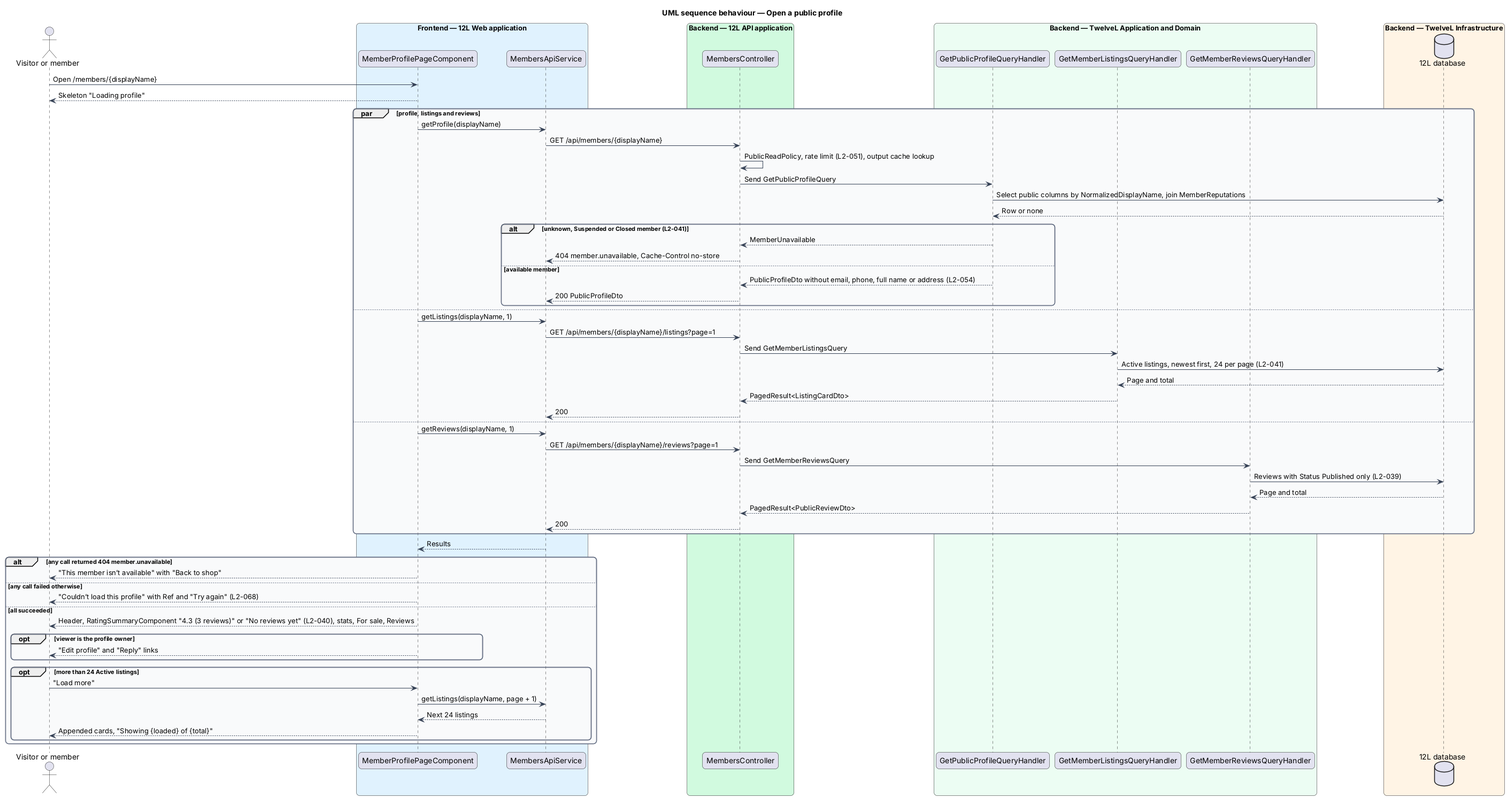
Earlier version of the PlantUML export docs/detailed-designs/reviews/view-member-profile/diagrams/sequence-view-profile.png (QuinntyneBrown/12l). The source it was exported from:
```plantuml
@startuml
title UML sequence behaviour — Open a public profile
skinparam backgroundColor #FFFFFF
skinparam shadowing false
skinparam roundcorner 12
skinparam defaultFontName Arial
skinparam ArrowColor #344054
skinparam rectangle {
  BorderColor #344054
  FontColor #101828
}
skinparam package {
  BorderColor #667085
  FontColor #101828
  BackgroundColor #F9FAFB
}
actor "Visitor or member" as actor
box "Frontend — 12L Web application" #E0F2FE
  participant "MemberProfilePageComponent" as page
  participant "MembersApiService" as client
end box
box "Backend — 12L API application" #D1FADF
  participant "MembersController" as controller
end box
box "Backend — TwelveL Application and Domain" #ECFDF3
  participant "GetPublicProfileQueryHandler" as qprofile
  participant "GetMemberListingsQueryHandler" as qlist
  participant "GetMemberReviewsQueryHandler" as qrev
end box
box "Backend — TwelveL Infrastructure" #FFF4E5
  database "12L database" as db
end box
actor -> page : Open /members/{displayName}
page --> actor : Skeleton "Loading profile"
par profile, listings and reviews
  page -> client : getProfile(displayName)
  client -> controller : GET /api/members/{displayName}
  controller -> controller : PublicReadPolicy, rate limit (L2-051), output cache lookup
  controller -> qprofile : Send GetPublicProfileQuery
  qprofile -> db : Select public columns by NormalizedDisplayName, join MemberReputations
  db --> qprofile : Row or none
  alt unknown, Suspended or Closed member (L2-041)
    qprofile --> controller : MemberUnavailable
    controller --> client : 404 member.unavailable, Cache-Control no-store
  else available member
    qprofile --> controller : PublicProfileDto without email, phone, full name or address (L2-054)
    controller --> client : 200 PublicProfileDto
  end
else
  page -> client : getListings(displayName, 1)
  client -> controller : GET /api/members/{displayName}/listings?page=1
  controller -> qlist : Send GetMemberListingsQuery
  qlist -> db : Active listings, newest first, 24 per page (L2-041)
  db --> qlist : Page and total
  qlist --> controller : PagedResult<ListingCardDto>
  controller --> client : 200
else
  page -> client : getReviews(displayName, 1)
  client -> controller : GET /api/members/{displayName}/reviews?page=1
  controller -> qrev : Send GetMemberReviewsQuery
  qrev -> db : Reviews with Status Published only (L2-039)
  db --> qrev : Page and total
  qrev --> controller : PagedResult<PublicReviewDto>
  controller --> client : 200
end
client --> page : Results
alt any call returned 404 member.unavailable
  page --> actor : "This member isn’t available" with "Back to shop"
else any call failed otherwise
  page --> actor : "Couldn’t load this profile" with Ref and "Try again" (L2-068)
else all succeeded
  page --> actor : Header, RatingSummaryComponent "4.3 (3 reviews)" or "No reviews yet" (L2-040), stats, For sale, Reviews
  opt viewer is the profile owner
    page --> actor : "Edit profile" and "Reply" links
  end
  opt more than 24 Active listings
    actor -> page : "Load more"
    page -> client : getListings(displayName, page + 1)
    client --> page : Next 24 listings
    page --> actor : Appended cards, "Showing {loaded} of {total}"
  end
end
@enduml
```
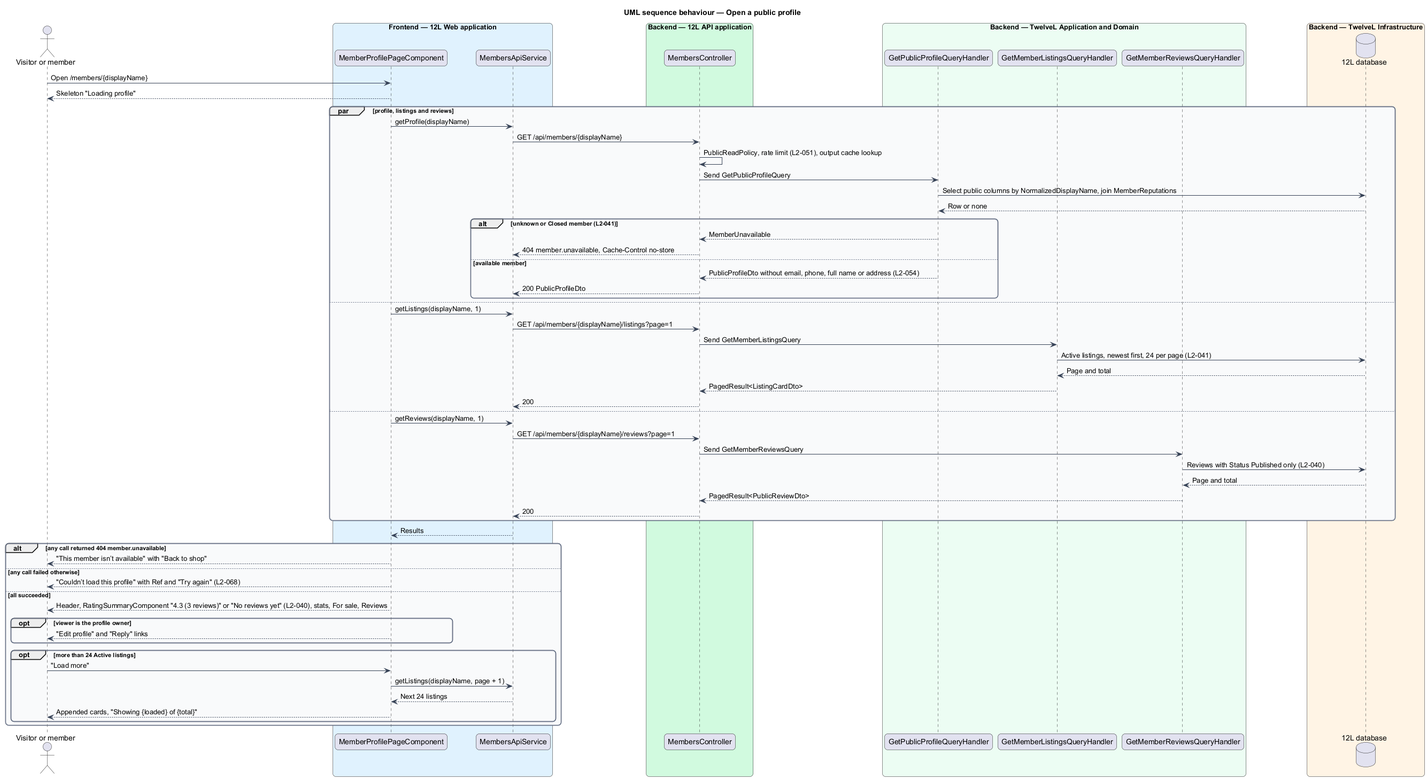
The same file after the commit.

Diff of the diagram source:
```diff
@@ -39,7 +39,7 @@
   controller -> qprofile : Send GetPublicProfileQuery
   qprofile -> db : Select public columns by NormalizedDisplayName, join MemberReputations
   db --> qprofile : Row or none
-  alt unknown, Suspended or Closed member (L2-041)
+  alt unknown or Closed member (L2-041)
     qprofile --> controller : MemberUnavailable
     controller --> client : 404 member.unavailable, Cache-Control no-store
   else available member
@@ -58,7 +58,7 @@
   page -> client : getReviews(displayName, 1)
   client -> controller : GET /api/members/{displayName}/reviews?page=1
   controller -> qrev : Send GetMemberReviewsQuery
-  qrev -> db : Reviews with Status Published only (L2-039)
+  qrev -> db : Reviews with Status Published only (L2-040)
   db --> qrev : Page and total
   qrev --> controller : PagedResult<PublicReviewDto>
   controller --> client : 200
```
